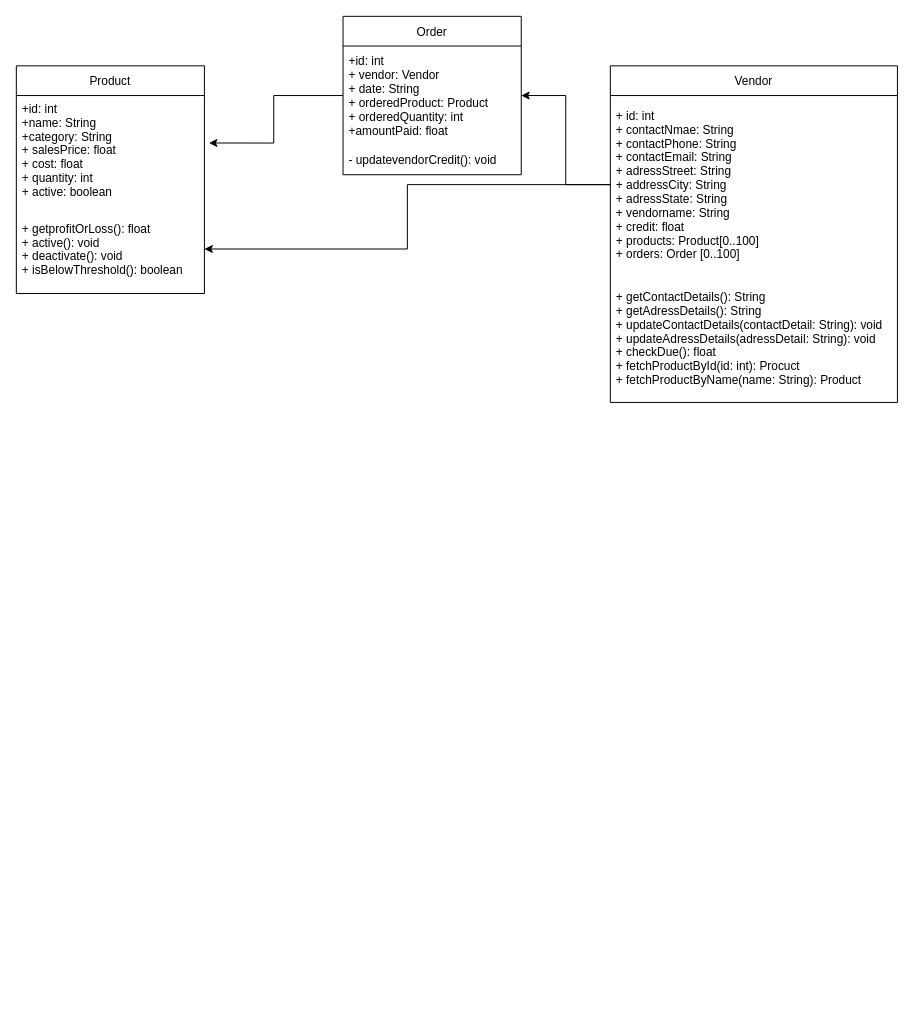
The draw.io diagram Untitled Diagram.drawio in Lycans52/U-Bank, before the edit. Source tidied: cells renumbered, new cells numbered last; positions are measured from the earlier drawing's top-left corner, leaving out a move shared by most shapes. Both pictures are drawn from the tidied source at 99%, with x=0, y=0 at pixel (16, 16).
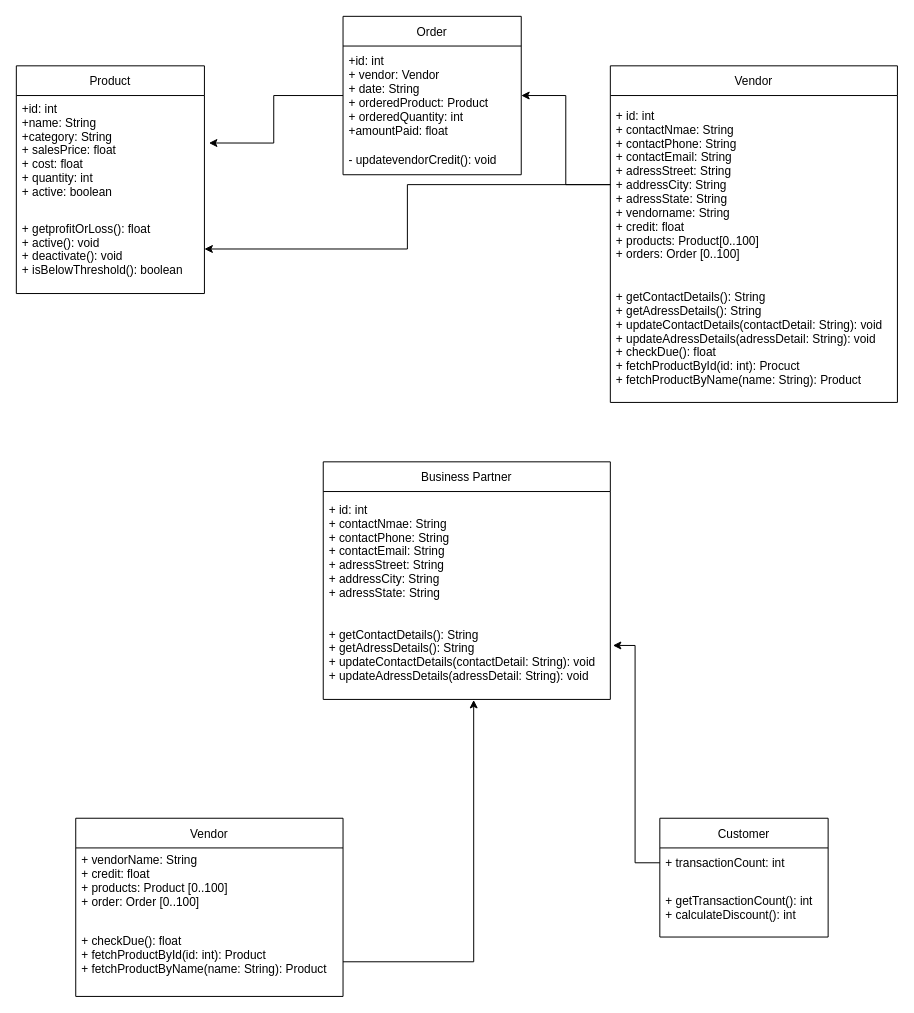
The same diagram, later.

Commit message:
Inventory Managment System

What changed in the source:
```diff
@@
+    <mxCell id="14" value="Business Partner" style="swimlane;fontStyle=0;horizontal=1;startSize=30;" parent="1" vertex="1">
+      <mxGeometry x="310" y="450" width="290" height="240" as="geometry" />
+    </mxCell>
+    <mxCell id="15" value="+ id: int&#10;+ contactNmae: String&#10;+ contactPhone: String&#10;+ contactEmail: String&#10;+ adressStreet: String&#10;+ addressCity: String&#10;+ adressState: String" style="text;strokeColor=none;fillColor=none;align=left;verticalAlign=middle;spacingLeft=4;spacingRight=4;overflow=hidden;" parent="14" vertex="1">
+      <mxGeometry y="30" width="290" height="120" as="geometry" />
+    </mxCell>
+    <mxCell id="16" value="+ getContactDetails(): String&#10;+ getAdressDetails(): String&#10;+ updateContactDetails(contactDetail: String): void&#10;+ updateAdressDetails(adressDetail: String): void" style="text;strokeColor=none;fillColor=none;align=left;verticalAlign=middle;spacingLeft=4;spacingRight=4;overflow=hidden;points=[[0,0.5],[1,0.5]];portConstraint=eastwest;" parent="14" vertex="1">
+      <mxGeometry y="150" width="290" height="90" as="geometry" />
+    </mxCell>
+    <mxCell id="17" value="Vendor" style="swimlane;fontStyle=0;horizontal=1;startSize=30;" parent="1" vertex="1">
+      <mxGeometry x="60" y="810" width="270" height="180" as="geometry" />
+    </mxCell>
+    <mxCell id="18" value="+ vendorName: String&#10;+ credit: float&#10;+ products: Product [0..100]&#10;+ order: Order [0..100]&#10;" style="text;strokeColor=none;fillColor=none;align=left;verticalAlign=middle;spacingLeft=4;spacingRight=4;overflow=hidden;" parent="17" vertex="1">
+      <mxGeometry y="30" width="270" height="80" as="geometry" />
+    </mxCell>
+    <mxCell id="19" value="+ checkDue(): float&#10;+ fetchProductById(id: int): Product&#10;+ fetchProductByName(name: String): Product&#10;" style="text;strokeColor=none;fillColor=none;align=left;verticalAlign=middle;spacingLeft=4;spacingRight=4;overflow=hidden;points=[[0,0.5],[1,0.5]];portConstraint=eastwest;" parent="17" vertex="1">
+      <mxGeometry y="110" width="270" height="70" as="geometry" />
+    </mxCell>
+    <mxCell id="20" value="Customer" style="swimlane;fontStyle=0;horizontal=1;startSize=30;" parent="1" vertex="1">
+      <mxGeometry x="650" y="810" width="170" height="120" as="geometry" />
+    </mxCell>
+    <mxCell id="21" value="+ transactionCount: int" style="text;strokeColor=none;fillColor=none;align=left;verticalAlign=middle;spacingLeft=4;spacingRight=4;overflow=hidden;points=[[0,0.5],[1,0.5]];portConstraint=eastwest;" parent="20" vertex="1">
+      <mxGeometry y="30" width="170" height="30" as="geometry" />
+    </mxCell>
+    <mxCell id="22" value="+ getTransactionCount(): int&#10;+ calculateDiscount(): int" style="text;strokeColor=none;fillColor=none;align=left;verticalAlign=middle;spacingLeft=4;spacingRight=4;overflow=hidden;" parent="20" vertex="1">
+      <mxGeometry y="60" width="170" height="60" as="geometry" />
+    </mxCell>
+    <mxCell id="23" style="edgeStyle=orthogonalEdgeStyle;rounded=0;jettySize=auto;html=1;entryX=0.524;entryY=1.006;entryDx=0;entryDy=0;entryPerimeter=0;" parent="1" edge="1" source="19" target="16">
+      <mxGeometry relative="1" as="geometry" />
+    </mxCell>
+    <mxCell id="24" style="edgeStyle=orthogonalEdgeStyle;rounded=0;jettySize=auto;html=1;entryX=1.009;entryY=0.394;entryDx=0;entryDy=0;entryPerimeter=0;" parent="1" edge="1" source="21" target="16">
+      <mxGeometry relative="1" as="geometry" />
+    </mxCell>
```
